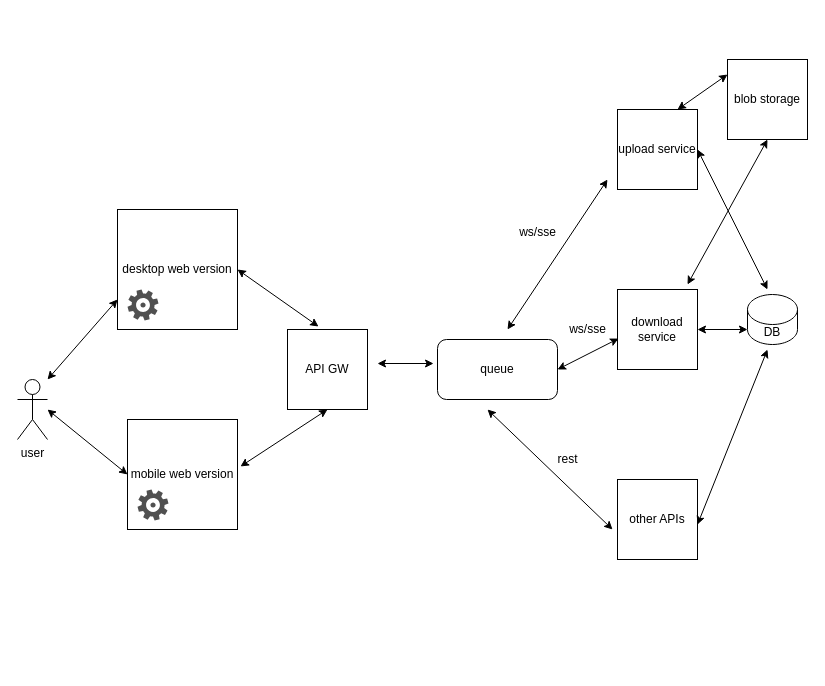
kasibkismath/systems-design keeps this draw.io diagram as large-file-upload.drawio. Above is the earlier version. Source tidied: cells renumbered, new cells numbered last; positions are measured from the earlier drawing's top-left corner, leaving out a move shared by most shapes. Both pictures are drawn from the tidied source at 100%, with x=0, y=0 at pixel (17, 59).
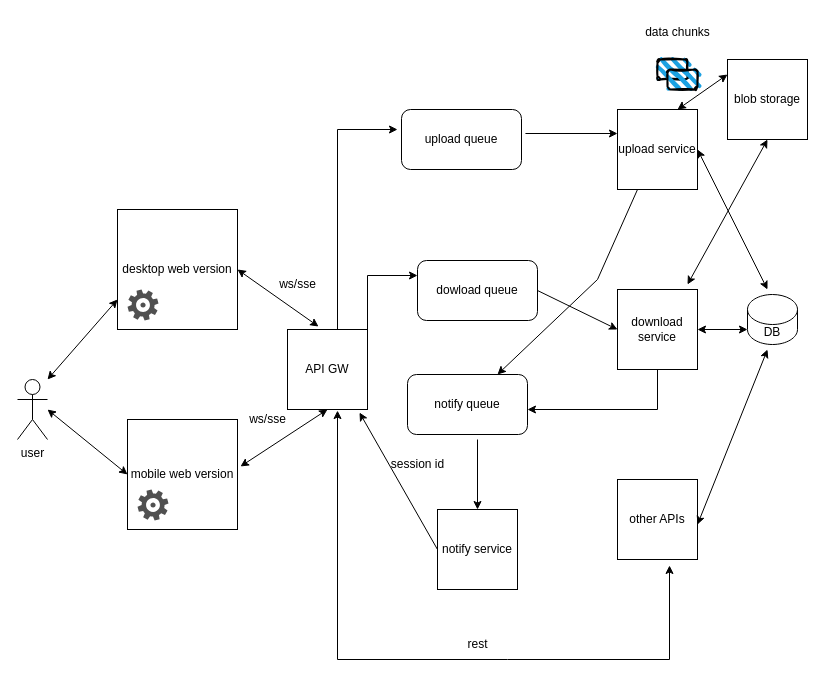
The same page after the edit.

Commit message:
added queues and notify service

Unchanged cells that the change refers to:
```xml
<mxCell id="7" value="API GW" style="whiteSpace=wrap;html=1;" parent="1" vertex="1">
  <mxGeometry x="270" y="270" width="80" height="80" as="geometry" />
</mxCell>
<mxCell id="10" value="upload service" style="whiteSpace=wrap;html=1;" parent="1" vertex="1">
  <mxGeometry x="600" y="50" width="80" height="80" as="geometry" />
</mxCell>
<mxCell id="11" value="download service" style="whiteSpace=wrap;html=1;" parent="1" vertex="1">
  <mxGeometry x="600" y="230" width="80" height="80" as="geometry" />
</mxCell>
<mxCell id="12" value="other APIs" style="whiteSpace=wrap;html=1;" parent="1" vertex="1">
  <mxGeometry x="600" y="420" width="80" height="80" as="geometry" />
</mxCell>
```

Change to the diagram source:
```diff
@@
-    <mxCell id="13" value="queue" style="rounded=1;whiteSpace=wrap;html=1;" parent="1" vertex="1">
-      <mxGeometry x="420" y="280" width="120" height="60" as="geometry" />
+    <mxCell id="13" value="dowload queue" style="rounded=1;whiteSpace=wrap;html=1;" parent="1" vertex="1">
+      <mxGeometry x="400" y="201" width="120" height="60" as="geometry" />
     </mxCell>
-    <mxCell id="14" style="endArrow=classic;startArrow=classic;html=1;rounded=0;entryX=-0.033;entryY=0.4;entryDx=0;entryDy=0;entryPerimeter=0;" parent="1" edge="1" target="13">
-      <mxGeometry relative="1" as="geometry">
-        <mxPoint x="360" y="304" as="sourcePoint" />
-      </mxGeometry>
-    </mxCell>
-    <mxCell id="15" style="endArrow=classic;startArrow=classic;html=1;rounded=0;" parent="1" edge="1">
-      <mxGeometry relative="1" as="geometry">
-        <mxPoint x="490" y="270" as="sourcePoint" />
-        <mxPoint x="590" y="120" as="targetPoint" />
-      </mxGeometry>
-    </mxCell>
-    <mxCell id="16" style="endArrow=classic;startArrow=classic;html=1;rounded=0;entryX=0.013;entryY=0.613;entryDx=0;entryDy=0;entryPerimeter=0;exitX=1;exitY=0.5;exitDx=0;exitDy=0;" parent="1" edge="1" source="13" target="11">
-      <mxGeometry relative="1" as="geometry" />
-    </mxCell>
-    <mxCell id="17" style="endArrow=classic;startArrow=classic;html=1;rounded=0;entryX=-0.062;entryY=0.625;entryDx=0;entryDy=0;entryPerimeter=0;" parent="1" edge="1" target="12">
+    <mxCell id="17" style="endArrow=classic;startArrow=classic;html=1;rounded=0;entryX=0.65;entryY=1.075;entryDx=0;entryDy=0;entryPerimeter=0;exitX=0.625;exitY=1.013;exitDx=0;exitDy=0;exitPerimeter=0;" parent="1" edge="1" source="7" target="12">
       <mxGeometry relative="1" as="geometry">
-        <mxPoint x="470" y="350" as="sourcePoint" />
+        <Array as="points">
+          <mxPoint x="320" y="600" />
+          <mxPoint x="490" y="600" />
+          <mxPoint x="652" y="600" />
+        </Array>
       </mxGeometry>
     </mxCell>
-    <mxCell id="18" value="ws/sse" style="text;html=1;align=center;verticalAlign=middle;strokeColor=none;fillColor=none;" parent="1" vertex="1">
-      <mxGeometry x="490" y="158" width="60" height="30" as="geometry" />
-    </mxCell>
-    <mxCell id="19" value="ws/sse" style="text;html=1;align=center;verticalAlign=middle;strokeColor=none;fillColor=none;" parent="1" vertex="1">
-      <mxGeometry x="540" y="255" width="60" height="30" as="geometry" />
-    </mxCell>
     <mxCell id="20" value="rest" style="text;html=1;align=center;verticalAlign=middle;strokeColor=none;fillColor=none;" parent="1" vertex="1">
-      <mxGeometry x="530" y="385" width="40" height="30" as="geometry" />
+      <mxGeometry x="440" y="570" width="40" height="30" as="geometry" />
     </mxCell>
@@
+    <mxCell id="30" style="rounded=1;whiteSpace=wrap;html=1;strokeWidth=2;fillWeight=4;hachureGap=8;hachureAngle=45;fillColor=#1ba1e2;sketch=1;" parent="1" vertex="1">
+      <mxGeometry x="640" width="30" height="20" as="geometry" />
+    </mxCell>
+    <mxCell id="31" style="rounded=1;whiteSpace=wrap;html=1;strokeWidth=2;fillWeight=4;hachureGap=8;hachureAngle=45;fillColor=#1ba1e2;sketch=1;" parent="1" vertex="1">
+      <mxGeometry x="650" y="10" width="30" height="20" as="geometry" />
+    </mxCell>
+    <mxCell id="32" value="data chunks" style="text;html=1;align=center;verticalAlign=middle;strokeColor=none;fillColor=none;" parent="1" vertex="1">
+      <mxGeometry x="615" y="-42" width="90" height="30" as="geometry" />
+    </mxCell>
+    <mxCell id="33" value="upload queue" style="rounded=1;whiteSpace=wrap;html=1;" parent="1" vertex="1">
+      <mxGeometry x="384" y="50" width="120" height="60" as="geometry" />
+    </mxCell>
+    <mxCell id="34" style="endArrow=classic;html=1;rounded=0;exitX=1.033;exitY=0.4;exitDx=0;exitDy=0;exitPerimeter=0;" parent="1" edge="1" source="33">
+      <mxGeometry relative="1" as="geometry">
+        <mxPoint x="600" y="74" as="targetPoint" />
+      </mxGeometry>
+    </mxCell>
+    <mxCell id="35" style="endArrow=classic;html=1;rounded=0;" parent="1" edge="1">
+      <mxGeometry relative="1" as="geometry">
+        <mxPoint x="320" y="270" as="sourcePoint" />
+        <mxPoint x="380" y="70" as="targetPoint" />
+        <Array as="points">
+          <mxPoint x="320" y="70" />
+        </Array>
+      </mxGeometry>
+    </mxCell>
+    <mxCell id="36" style="endArrow=classic;html=1;rounded=0;exitX=1;exitY=0;exitDx=0;exitDy=0;entryX=0;entryY=0.25;entryDx=0;entryDy=0;" parent="1" edge="1" source="7" target="13">
+      <mxGeometry relative="1" as="geometry">
+        <Array as="points">
+          <mxPoint x="350" y="216" />
+        </Array>
+      </mxGeometry>
+    </mxCell>
+    <mxCell id="16" style="endArrow=classic;html=1;rounded=0;exitX=1;exitY=0.5;exitDx=0;exitDy=0;entryX=0;entryY=0.5;entryDx=0;entryDy=0;" parent="1" edge="1" source="13" target="11">
+      <mxGeometry relative="1" as="geometry" />
+    </mxCell>
+    <mxCell id="37" value="notify service" style="whiteSpace=wrap;html=1;" parent="1" vertex="1">
+      <mxGeometry x="420" y="450" width="80" height="80" as="geometry" />
+    </mxCell>
+    <mxCell id="38" value="ws/sse" style="text;html=1;align=center;verticalAlign=middle;strokeColor=none;fillColor=none;" parent="1" vertex="1">
+      <mxGeometry x="250" y="210" width="60" height="30" as="geometry" />
+    </mxCell>
+    <mxCell id="39" value="ws/sse" style="text;html=1;align=center;verticalAlign=middle;strokeColor=none;fillColor=none;" parent="1" vertex="1">
+      <mxGeometry x="220" y="345" width="60" height="30" as="geometry" />
+    </mxCell>
+    <mxCell id="40" value="notify queue" style="rounded=1;whiteSpace=wrap;html=1;" parent="1" vertex="1">
+      <mxGeometry x="390" y="315" width="120" height="60" as="geometry" />
+    </mxCell>
+    <mxCell id="41" style="endArrow=classic;html=1;rounded=0;exitX=0.25;exitY=1;exitDx=0;exitDy=0;entryX=0.75;entryY=0;entryDx=0;entryDy=0;" parent="1" edge="1" source="10" target="40">
+      <mxGeometry relative="1" as="geometry">
+        <Array as="points">
+          <mxPoint x="580" y="220" />
+        </Array>
+      </mxGeometry>
+    </mxCell>
+    <mxCell id="42" style="endArrow=classic;html=1;rounded=0;exitX=0.5;exitY=1;exitDx=0;exitDy=0;" parent="1" edge="1" source="11">
+      <mxGeometry relative="1" as="geometry">
+        <mxPoint x="510" y="350" as="targetPoint" />
+        <Array as="points">
+          <mxPoint x="640" y="350" />
+        </Array>
+      </mxGeometry>
+    </mxCell>
+    <mxCell id="43" style="endArrow=classic;html=1;rounded=0;entryX=0.5;entryY=0;entryDx=0;entryDy=0;" parent="1" edge="1" target="37">
+      <mxGeometry relative="1" as="geometry">
+        <mxPoint x="460" y="380" as="sourcePoint" />
+      </mxGeometry>
+    </mxCell>
+    <mxCell id="44" style="endArrow=classic;html=1;rounded=0;entryX=0.9;entryY=1.038;entryDx=0;entryDy=0;entryPerimeter=0;exitX=0;exitY=0.5;exitDx=0;exitDy=0;" parent="1" edge="1" source="37" target="7">
+      <mxGeometry relative="1" as="geometry" />
+    </mxCell>
+    <mxCell id="45" value="session id" style="text;html=1;align=center;verticalAlign=middle;strokeColor=none;fillColor=none;" parent="1" vertex="1">
+      <mxGeometry x="360" y="390" width="80" height="30" as="geometry" />
+    </mxCell>
```
